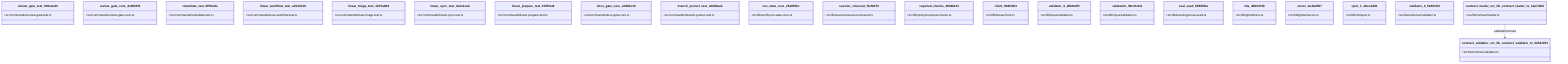
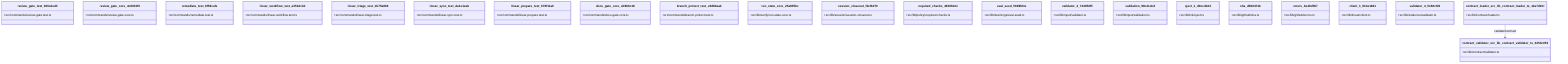
classDiagram
  class review_gate_test_000e2ed6 {
    +src/commands/review-gate.test.ts
  }
  class review_gate_core_4c8001f9 {
    +src/commands/review-gate-core.ts
  }
  class remediate_test_6f59cafe {
    +src/commands/remediate.test.ts
  }
  class linear_workflow_test_a351dcb0 {
    +src/commands/linear-workflow.test.ts
  }
  class linear_triage_test_1b75a8b8 {
    +src/commands/linear-triage.test.ts
  }
  class linear_sync_test_da1e1eab {
    +src/commands/linear-sync.test.ts
  }
  class linear_prepare_test_678f11a9 {
    +src/commands/linear-prepare.test.ts
  }
  class docs_gate_core_eb9b6c18 {
    +src/commands/docs-gate-core.ts
  }
  class branch_protect_test_c8d80aab {
    +src/commands/branch-protect.test.ts
  }
  class run_state_core_25a955bc {
    +src/lib/verify/run-state-core.ts
  }
  class session_closeout_f3efb270 {
    +src/lib/session/session-closeout.ts
  }
  class required_checks_46396214 {
    +src/lib/policy/required-checks.ts
  }
-   class client_948fe603 {
-     +src/lib/linear/client.ts
+   class eval_seed_5699fd3e {
+     +src/lib/learnings/eval-seed.ts
  }
-   class validator_3_28b6e9f3 {
+   class validator_2_744853f5 {
    +src/lib/input/validator.ts
  }
  class validation_98c41dcd {
    +src/lib/input/validation.ts
  }
-   class eval_seed_5699fd3e {
-     +src/lib/learnings/eval-seed.ts
+   class eject_1_d0ecd4d1 {
+     +src/lib/init/eject.ts
  }
  class sha_d600474b {
    +src/lib/github/sha.ts
  }
  class errors_be4bd567 {
    +src/lib/github/errors.ts
  }
-   class eject_1_d0ecd4d1 {
-     +src/lib/init/eject.ts
+   class client_1_914e1681 {
+     +src/lib/linear/client.ts
  }
  class validator_4_5180cf23 {
    +src/lib/evidence/validator.ts
  }
  class contract_loader_src_lib_contract_loader_ts_12a7d1bf {
    +src/lib/contract/loader.ts
  }
  class contract_validator_src_lib_contract_validator_ts_3254c053 {
    +src/lib/contract/validator.ts
  }
  contract_loader_src_lib_contract_loader_ts_12a7d1bf --> contract_validator_src_lib_contract_validator_ts_3254c053 : validateContract
